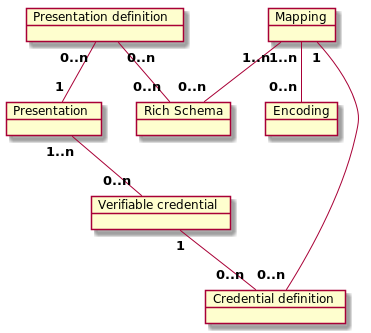
Earlier version of the PlantUML export text/0120-rich-schemas-common/relationship-diagram.png (hyperledger/indy-hipe). The source it was exported from:
```plantuml
@startuml
object "Presentation definition" as pres_def {
}
object "Presentation" as pres {
}
object "Mapping" as map {
}
object "Encoding" as enc {
}
object "Credential definition" as cred_def {
}
object "Verifiable credential" as verif_cred {
}
object "Rich Schema" as rich_schema {
}
pres "<b>1..n" -- "<b>0..n" verif_cred
map "<b>1" -- "<b>0..n" cred_def
pres_def "<b>0..n" -- "<b>1" pres
map "<b>1..n" -- "<b>0..n" rich_schema
pres_def "<b>0..n" -- "<b>0..n" rich_schema
verif_cred "<b>1" -- "<b>0..n" cred_def
map "<b>1..n" -- "<b>0..n" enc
@enduml
```
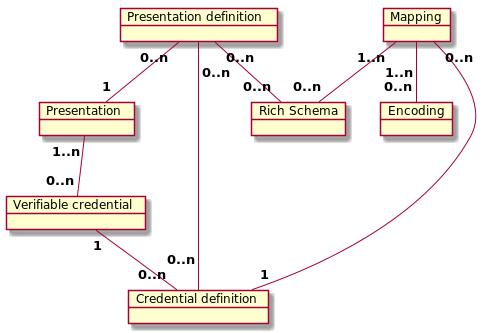
After the change.

Commit message:
update relationship diagram and request format

Change to the diagram source:
```diff
@@ -14,10 +14,11 @@
 object "Rich Schema" as rich_schema {
 }
 pres "<b>1..n" -- "<b>0..n" verif_cred
-map "<b>1" -- "<b>0..n" cred_def
+map "<b>0..n" -- "<b>1" cred_def
 pres_def "<b>0..n" -- "<b>1" pres
 map "<b>1..n" -- "<b>0..n" rich_schema
 pres_def "<b>0..n" -- "<b>0..n" rich_schema
+pres_def "\n<b>0..n" -- "<b>0..n\n" cred_def
 verif_cred "<b>1" -- "<b>0..n" cred_def
-map "<b>1..n" -- "<b>0..n" enc
+map "\n<b>1..n" -- "<b>0..n" enc
 @enduml
```
